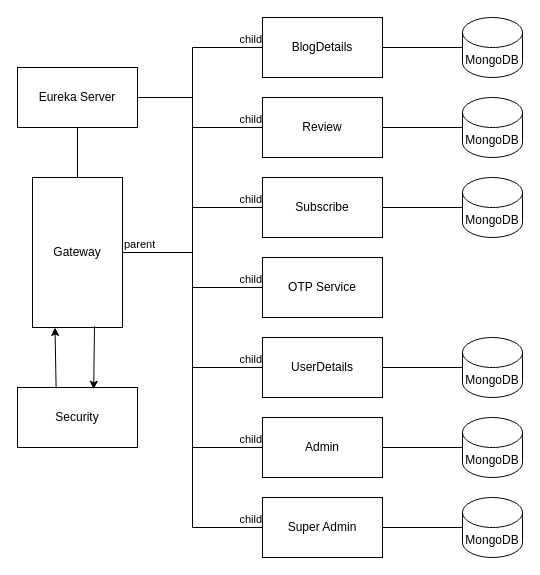
Before: Untitled Diagram.drawio in JavaCoderSubham/Blog-Backend, a draw.io diagram. Source tidied: cells renumbered, new cells numbered last; positions are measured from the earlier drawing's top-left corner, leaving out a move shared by most shapes. Both pictures are drawn from the tidied source at 100%, with x=0, y=0 at pixel (17, 17).
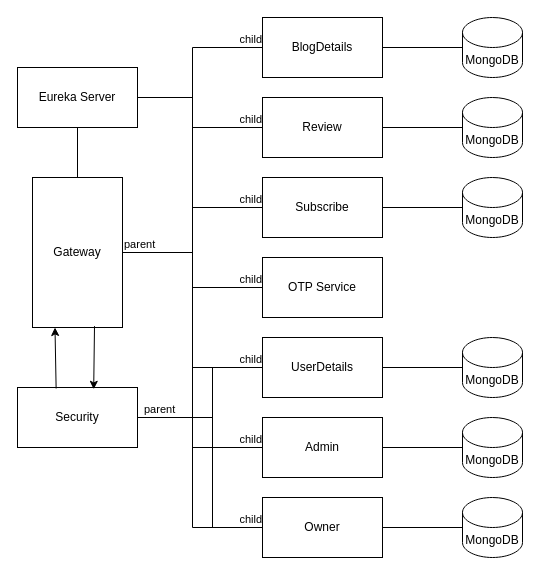
The same diagram, later.

Commit message:
Security connection

The change refers to these unchanged cells:
```xml
<mxCell id="4" value="Security" style="rounded=0;whiteSpace=wrap;html=1;" parent="1" vertex="1">
  <mxGeometry y="370" width="120" height="60" as="geometry" />
</mxCell>
<mxCell id="8" value="UserDetails" style="rounded=0;whiteSpace=wrap;html=1;" parent="1" vertex="1">
  <mxGeometry x="245" y="320" width="120" height="60" as="geometry" />
</mxCell>
<mxCell id="9" value="Admin" style="rounded=0;whiteSpace=wrap;html=1;" parent="1" vertex="1">
  <mxGeometry x="245" y="400" width="120" height="60" as="geometry" />
</mxCell>
```

The edit, as a diff of the source:
```diff
@@
-    <mxCell id="10" value="Super Admin" style="rounded=0;whiteSpace=wrap;html=1;" parent="1" vertex="1">
+    <mxCell id="10" value="Owner" style="rounded=0;whiteSpace=wrap;html=1;" parent="1" vertex="1">
       <mxGeometry x="245" y="480" width="120" height="60" as="geometry" />
     </mxCell>
@@
+    <mxCell id="43" style="endArrow=none;html=1;edgeStyle=orthogonalEdgeStyle;rounded=0;entryX=0;entryY=0.5;entryDx=0;entryDy=0;exitX=1;exitY=0.5;exitDx=0;exitDy=0;" parent="1" edge="1" source="4" target="8">
+      <mxGeometry relative="1" as="geometry">
+        <Array as="points">
+          <mxPoint x="195" y="400" />
+          <mxPoint x="195" y="350" />
+        </Array>
+      </mxGeometry>
+    </mxCell>
+    <mxCell id="44" value="parent" style="edgeLabel;html=1;align=left;verticalAlign=bottom;" parent="43" vertex="1">
+      <mxGeometry x="-1" relative="1" as="geometry">
+        <mxPoint x="5" as="offset" />
+      </mxGeometry>
+    </mxCell>
+    <mxCell id="45" style="endArrow=none;html=1;edgeStyle=orthogonalEdgeStyle;rounded=0;entryX=0;entryY=0.5;entryDx=0;entryDy=0;exitX=1;exitY=0.5;exitDx=0;exitDy=0;" parent="1" edge="1" source="4" target="9">
+      <mxGeometry relative="1" as="geometry">
+        <Array as="points">
+          <mxPoint x="195" y="400" />
+          <mxPoint x="195" y="430" />
+        </Array>
+      </mxGeometry>
+    </mxCell>
+    <mxCell id="46" style="endArrow=none;html=1;edgeStyle=orthogonalEdgeStyle;rounded=0;entryX=0;entryY=0.5;entryDx=0;entryDy=0;exitX=1;exitY=0.5;exitDx=0;exitDy=0;" parent="1" edge="1" source="4" target="10">
+      <mxGeometry relative="1" as="geometry">
+        <Array as="points">
+          <mxPoint x="195" y="400" />
+          <mxPoint x="195" y="510" />
+        </Array>
+      </mxGeometry>
+    </mxCell>
```
